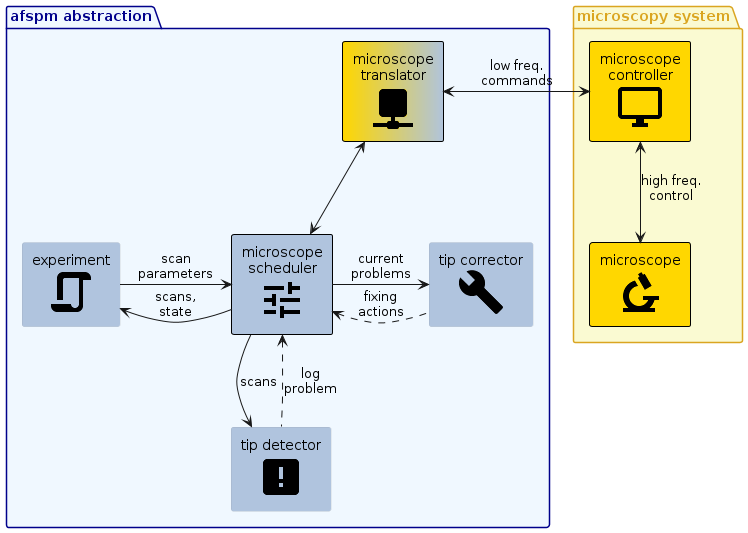
Above: docs/images/afspm_hl_example.png in nsulmol/afspm (PlantUML), before the change.
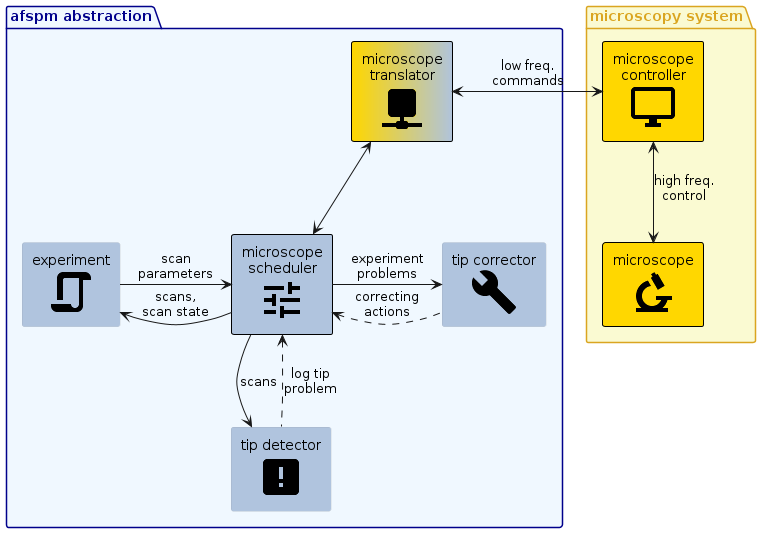
After the change.

Change to the diagram source:
```diff
@@ -19,13 +19,13 @@
 
   devcon <--> afspmcon
 
-  afspmcon -l-> exp: scans,\nstate
+  afspmcon -l-> exp: scans,\nscan state
   exp -r-> afspmcon: scan\nparameters
 
   afspmcon --> tip_detector: scans
-  tip_detector .u.> afspmcon: log\nproblem
-  afspmcon -r-> tip_corrector: current\nproblems
-  tip_corrector .l.> afspmcon: fixing\nactions
+  tip_detector .u.> afspmcon: log tip \nproblem
+  afspmcon -r-> tip_corrector: experiment\nproblems
+  tip_corrector .l.> afspmcon: correcting\nactions
 }
 
 spmcon <-r-> devcon: low freq. \ncommands
```
